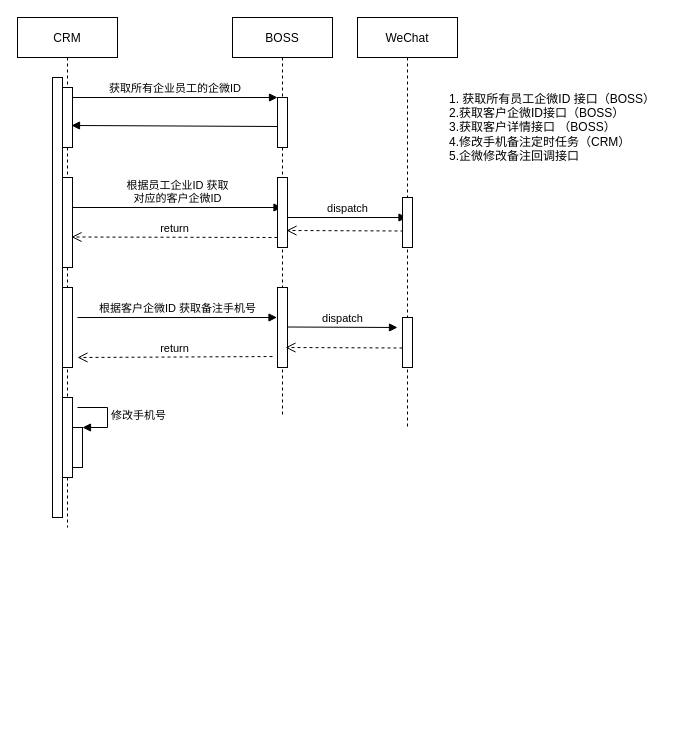
This is merchant-settle/boss.drawio from DominicElvira/Diagrams, a draw.io file, before an edit. Source tidied: cells renumbered, new cells numbered last; positions are measured from the earlier drawing's top-left corner, leaving out a move shared by most shapes. Both pictures are drawn from the tidied source at 100%, with x=0, y=0 at pixel (17, 17).
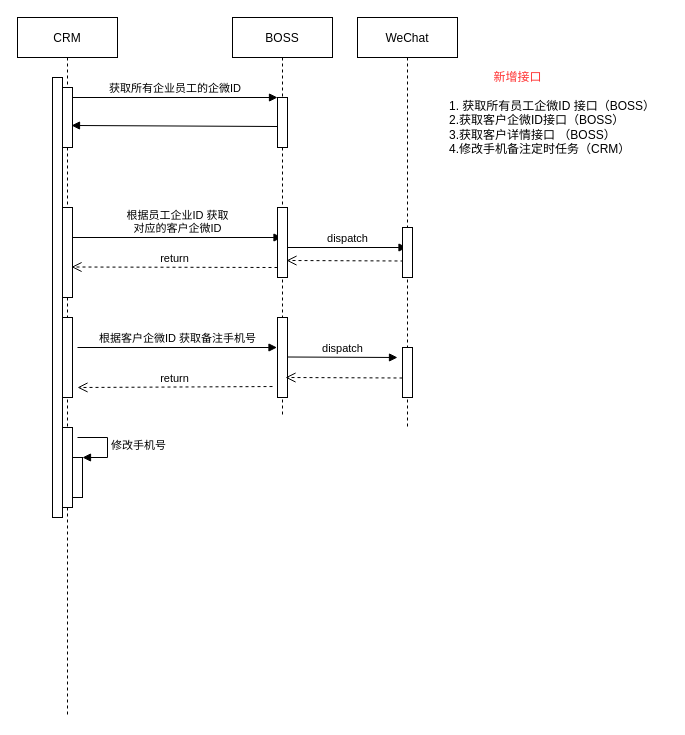
After the change.

The change refers to these unchanged cells:
```xml
<mxCell id="11" value="BOSS" style="shape=umlLifeline;perimeter=lifelinePerimeter;rounded=0;shadow=0;strokeWidth=1;" parent="1" vertex="1">
  <mxGeometry x="215" width="100" height="400" as="geometry" />
</mxCell>
<mxCell id="20" value="WeChat" style="shape=umlLifeline;perimeter=lifelinePerimeter;rounded=0;shadow=0;strokeWidth=1;" parent="1" vertex="1">
  <mxGeometry x="340" width="100" height="410" as="geometry" />
</mxCell>
```

What changed in the source:
```diff
@@
     <mxCell id="2" value="CRM" style="shape=umlLifeline;perimeter=lifelinePerimeter;rounded=0;shadow=0;strokeWidth=1;" parent="1" vertex="1">
-      <mxGeometry width="100" height="510" as="geometry" />
+      <mxGeometry width="100" height="700" as="geometry" />
     </mxCell>
@@
     <mxCell id="4" style="points=[];perimeter=orthogonalPerimeter;rounded=0;shadow=0;strokeWidth=1;" parent="2" vertex="1">
-      <mxGeometry x="45" y="160" width="10" height="90" as="geometry" />
+      <mxGeometry x="45" y="190" width="10" height="90" as="geometry" />
     </mxCell>
-    <mxCell id="5" value="根据员工企业ID 获取&lt;br&gt;对应的客户企微ID" style="html=1;verticalAlign=bottom;endArrow=block;rounded=0;" parent="2" edge="1" target="11">
+    <mxCell id="5" value="根据员工企业ID 获取&lt;br&gt;对应的客户企微ID" style="html=1;verticalAlign=bottom;endArrow=block;rounded=0;" parent="2" edge="1">
       <mxGeometry relative="1" as="geometry">
-        <mxPoint x="55" y="190" as="sourcePoint" />
+        <mxPoint x="55" y="220" as="sourcePoint" />
+        <mxPoint x="264.5" y="220" as="targetPoint" />
       </mxGeometry>
     </mxCell>
     <mxCell id="6" style="html=1;perimeter=orthogonalPerimeter;" parent="2" vertex="1">
-      <mxGeometry x="45" y="270" width="10" height="80" as="geometry" />
+      <mxGeometry x="45" y="300" width="10" height="80" as="geometry" />
     </mxCell>
     <mxCell id="7" style="html=1;perimeter=orthogonalPerimeter;" parent="2" vertex="1">
-      <mxGeometry x="45" y="380" width="10" height="80" as="geometry" />
+      <mxGeometry x="45" y="410" width="10" height="80" as="geometry" />
     </mxCell>
     <mxCell id="8" style="html=1;points=[];perimeter=orthogonalPerimeter;" parent="2" vertex="1">
-      <mxGeometry x="55" y="410" width="10" height="40" as="geometry" />
+      <mxGeometry x="55" y="440" width="10" height="40" as="geometry" />
     </mxCell>
     <mxCell id="9" value="修改手机号" style="edgeStyle=orthogonalEdgeStyle;html=1;align=left;spacingLeft=2;endArrow=block;rounded=0;entryX=1;entryY=0;" parent="2" edge="1" target="8">
       <mxGeometry relative="1" as="geometry">
-        <mxPoint x="60" y="390" as="sourcePoint" />
+        <mxPoint x="60" y="420" as="sourcePoint" />
         <Array as="points">
-          <mxPoint x="90" y="390" />
+          <mxPoint x="90" y="420" />
         </Array>
       </mxGeometry>
     </mxCell>
@@
     <mxCell id="13" style="perimeter=orthogonalPerimeter;rounded=0;shadow=0;strokeWidth=1;" parent="11" vertex="1">
-      <mxGeometry x="45" y="160" width="10" height="70" as="geometry" />
+      <mxGeometry x="45" y="190" width="10" height="70" as="geometry" />
     </mxCell>
-    <mxCell id="14" value="dispatch" style="html=1;verticalAlign=bottom;endArrow=block;rounded=0;" parent="11" edge="1" target="20">
+    <mxCell id="14" value="dispatch" style="html=1;verticalAlign=bottom;endArrow=block;rounded=0;" parent="11" edge="1">
       <mxGeometry relative="1" as="geometry">
-        <mxPoint x="55" y="200" as="sourcePoint" />
+        <mxPoint x="55" y="230" as="sourcePoint" />
+        <mxPoint x="174.5" y="230" as="targetPoint" />
       </mxGeometry>
     </mxCell>
     <mxCell id="15" style="html=1;verticalAlign=bottom;endArrow=open;dashed=1;endSize=8;rounded=0;exitX=0.1;exitY=0.67;exitDx=0;exitDy=0;exitPerimeter=0;" parent="11" edge="1" source="21">
       <mxGeometry relative="1" as="geometry">
-        <mxPoint x="54" y="213" as="targetPoint" />
+        <mxPoint x="54" y="243" as="targetPoint" />
       </mxGeometry>
     </mxCell>
     <mxCell id="16" style="html=1;points=[];perimeter=orthogonalPerimeter;" parent="11" vertex="1">
-      <mxGeometry x="45" y="270" width="10" height="80" as="geometry" />
+      <mxGeometry x="45" y="300" width="10" height="80" as="geometry" />
     </mxCell>
     <mxCell id="17" value="dispatch" style="html=1;verticalAlign=bottom;endArrow=block;rounded=0;" parent="11" edge="1">
       <mxGeometry relative="1" as="geometry">
-        <mxPoint x="55" y="309.5" as="sourcePoint" />
-        <mxPoint x="165" y="310" as="targetPoint" />
+        <mxPoint x="55" y="339.5" as="sourcePoint" />
+        <mxPoint x="165" y="340" as="targetPoint" />
       </mxGeometry>
     </mxCell>
@@
     <mxCell id="21" style="points=[];perimeter=orthogonalPerimeter;rounded=0;shadow=0;strokeWidth=1;" parent="20" vertex="1">
-      <mxGeometry x="45" y="180" width="10" height="50" as="geometry" />
+      <mxGeometry x="45" y="210" width="10" height="50" as="geometry" />
     </mxCell>
     <mxCell id="22" style="perimeter=orthogonalPerimeter;rounded=0;shadow=0;strokeWidth=1;" parent="20" vertex="1">
-      <mxGeometry x="45" y="300" width="10" height="50" as="geometry" />
+      <mxGeometry x="45" y="330" width="10" height="50" as="geometry" />
     </mxCell>
     <mxCell id="23" style="html=1;verticalAlign=bottom;endArrow=open;dashed=1;endSize=8;rounded=0;exitX=0.1;exitY=0.67;exitDx=0;exitDy=0;exitPerimeter=0;" parent="20" edge="1">
       <mxGeometry relative="1" as="geometry">
-        <mxPoint x="45" y="330.5" as="sourcePoint" />
-        <mxPoint x="-72" y="330" as="targetPoint" />
+        <mxPoint x="45" y="360.5" as="sourcePoint" />
+        <mxPoint x="-72" y="360" as="targetPoint" />
       </mxGeometry>
     </mxCell>
     <mxCell id="24" value="return" style="html=1;verticalAlign=bottom;endArrow=open;dashed=1;endSize=8;rounded=0;entryX=0.9;entryY=0.661;entryDx=0;entryDy=0;entryPerimeter=0;" parent="1" edge="1" target="4">
       <mxGeometry relative="1" as="geometry">
-        <mxPoint x="260" y="220" as="sourcePoint" />
+        <mxPoint x="260" y="250" as="sourcePoint" />
       </mxGeometry>
     </mxCell>
     <mxCell id="25" value="根据客户企微ID 获取备注手机号" style="html=1;verticalAlign=bottom;endArrow=block;rounded=0;" parent="1" edge="1">
       <mxGeometry relative="1" as="geometry">
-        <mxPoint x="60" y="300" as="sourcePoint" />
-        <mxPoint x="259.5" y="300" as="targetPoint" />
+        <mxPoint x="60" y="330" as="sourcePoint" />
+        <mxPoint x="259.5" y="330" as="targetPoint" />
       </mxGeometry>
     </mxCell>
     <mxCell id="26" value="return" style="html=1;verticalAlign=bottom;endArrow=open;dashed=1;endSize=8;rounded=0;entryX=0.9;entryY=0.661;entryDx=0;entryDy=0;entryPerimeter=0;exitX=-0.5;exitY=0.863;exitDx=0;exitDy=0;exitPerimeter=0;" parent="1" edge="1" source="16">
       <mxGeometry relative="1" as="geometry">
-        <mxPoint x="60" y="340" as="targetPoint" />
+        <mxPoint x="60" y="370" as="targetPoint" />
       </mxGeometry>
     </mxCell>
-    <mxCell id="27" value="1. 获取所有员工企微ID 接口（BOSS）&lt;br&gt;2.获取客户企微ID接口（BOSS）&lt;br&gt;&lt;div&gt;&lt;span&gt;3.获取客户详情接口 （BOSS）&lt;/span&gt;&lt;/div&gt;&lt;div&gt;&lt;span&gt;4.修改手机备注定时任务（CRM）&lt;br&gt;5.企微修改备注回调接口&lt;/span&gt;&lt;/div&gt;" style="text;html=1;align=left;verticalAlign=middle;strokeColor=none;fillColor=none;" parent="1" vertex="1">
-      <mxGeometry x="430" y="70" width="220" height="80" as="geometry" />
+    <mxCell id="27" value="1. 获取所有员工企微ID 接口（BOSS）&lt;br&gt;2.获取客户企微ID接口（BOSS）&lt;br&gt;&lt;div&gt;&lt;span&gt;3.获取客户详情接口 （BOSS）&lt;/span&gt;&lt;/div&gt;&lt;div&gt;&lt;span&gt;4.修改手机备注定时任务（CRM）&lt;br&gt;&lt;/span&gt;&lt;/div&gt;" style="text;html=1;align=left;verticalAlign=middle;strokeColor=none;fillColor=none;" parent="1" vertex="1">
+      <mxGeometry x="430" y="80" width="220" height="60" as="geometry" />
     </mxCell>
+    <mxCell id="28" value="&lt;font color=&quot;#ff3333&quot;&gt;新增接口&lt;/font&gt;" style="text;html=1;align=center;verticalAlign=middle;strokeColor=none;fillColor=none;" parent="1" vertex="1">
+      <mxGeometry x="470" y="50" width="60" height="20" as="geometry" />
+    </mxCell>
```
